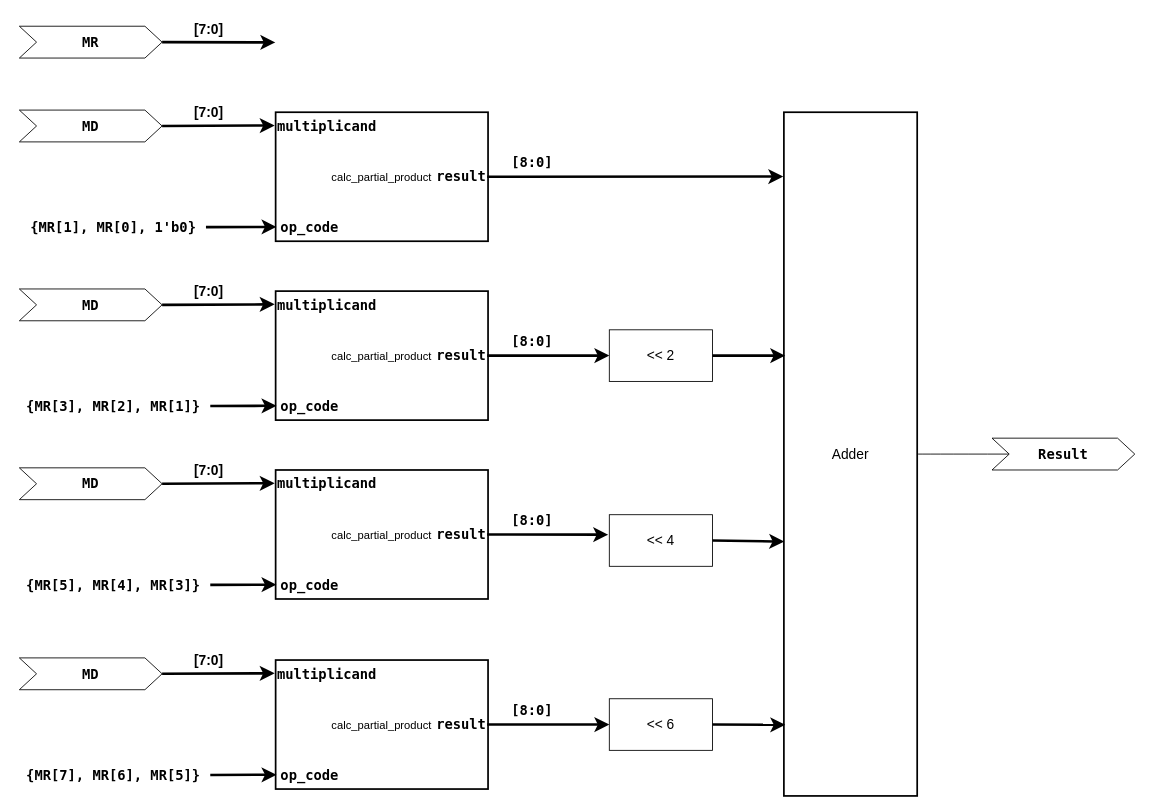
Before: page "Booth" (3 of 3) of diagrams/Top Level/modem_V2.drawio in OmarAmer01/DCSK, a draw.io diagram. Source tidied: cells renumbered, new cells numbered last; positions are measured from the earlier drawing's top-left corner, leaving out a move shared by most shapes. Both pictures are drawn from the tidied source at 86%, with x=0, y=0 at pixel (15, 15).
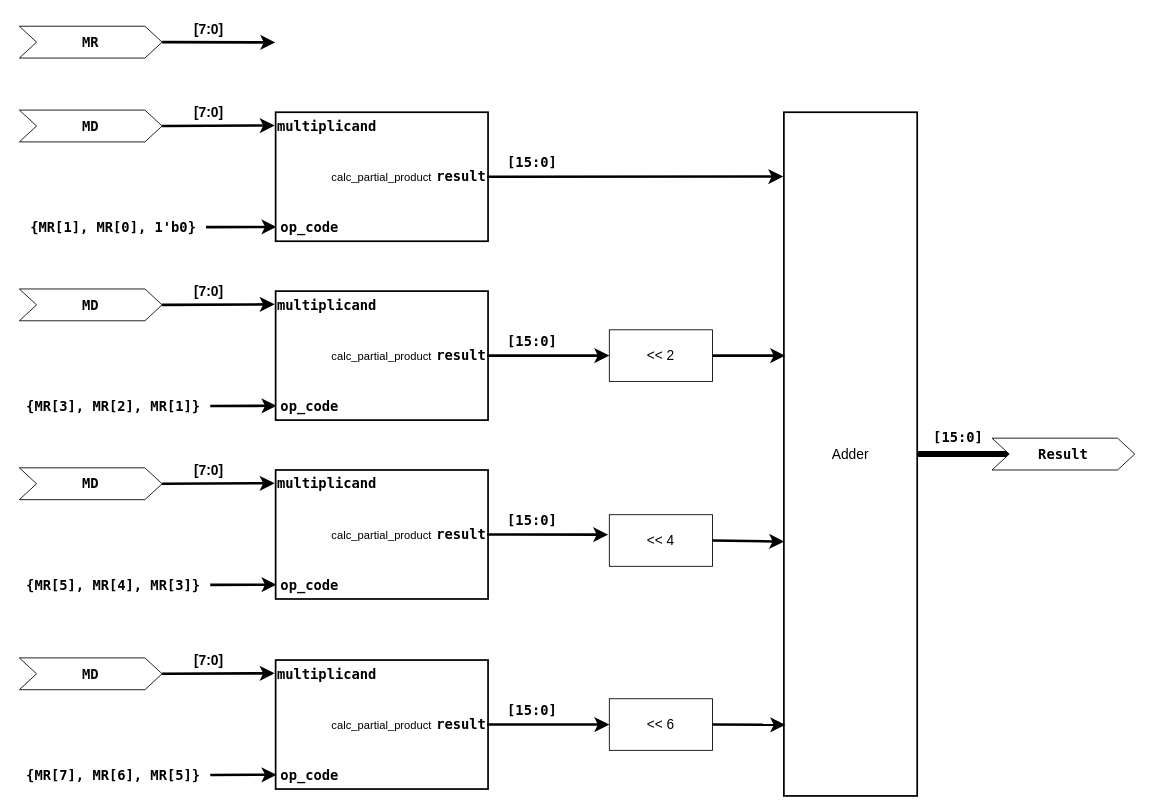
Above is the later version.

Unchanged cells that the change refers to:
```xml
<mxCell id="48" value="Adder" style="rounded=0;whiteSpace=wrap;html=1;fontSize=16;strokeWidth=2;" parent="1" vertex="1">
  <mxGeometry x="894" y="113" width="155" height="795" as="geometry" />
</mxCell>
<mxCell id="57" value="&lt;div style=&quot;text-align: left;&quot;&gt;&lt;span style=&quot;background-color: initial;&quot;&gt;&lt;font face=&quot;Lucida Console&quot;&gt;&lt;b&gt;Result&lt;/b&gt;&lt;/font&gt;&lt;/span&gt;&lt;/div&gt;" style="shape=step;perimeter=stepPerimeter;whiteSpace=wrap;html=1;fixedSize=1;fontSize=16;" parent="1" vertex="1">
  <mxGeometry x="1136" y="492" width="166" height="37" as="geometry" />
</mxCell>
```

Change to the diagram source:
```diff
@@
-    <mxCell id="14" value="&lt;b&gt;&lt;font face=&quot;Lucida Console&quot;&gt;[8:0]&lt;/font&gt;&lt;/b&gt;" style="text;html=1;align=center;verticalAlign=middle;strokeColor=none;fillColor=none;fontSize=16;" parent="1" vertex="1">
-      <mxGeometry x="567" y="155" width="68" height="32" as="geometry" />
+    <mxCell id="14" value="&lt;b&gt;&lt;font face=&quot;Lucida Console&quot;&gt;[15:0]&lt;/font&gt;&lt;/b&gt;" style="text;html=1;align=center;verticalAlign=middle;strokeColor=none;fillColor=none;fontSize=16;" parent="1" vertex="1">
+      <mxGeometry x="562" y="155" width="78" height="32" as="geometry" />
     </mxCell>
@@
-    <mxCell id="25" value="&lt;b style=&quot;border-color: var(--border-color);&quot;&gt;&lt;font style=&quot;border-color: var(--border-color);&quot; face=&quot;Lucida Console&quot;&gt;[8:0]&lt;/font&gt;&lt;/b&gt;" style="text;html=1;align=center;verticalAlign=middle;strokeColor=none;fillColor=none;fontSize=16;" parent="1" vertex="1">
-      <mxGeometry x="567" y="363" width="68" height="32" as="geometry" />
+    <mxCell id="25" value="&lt;b style=&quot;border-color: var(--border-color);&quot;&gt;&lt;font style=&quot;border-color: var(--border-color);&quot; face=&quot;Lucida Console&quot;&gt;[15:0]&lt;/font&gt;&lt;/b&gt;" style="text;html=1;align=center;verticalAlign=middle;strokeColor=none;fillColor=none;fontSize=16;" parent="1" vertex="1">
+      <mxGeometry x="562" y="363" width="78" height="32" as="geometry" />
     </mxCell>
@@
-    <mxCell id="35" value="&lt;b style=&quot;border-color: var(--border-color);&quot;&gt;&lt;font style=&quot;border-color: var(--border-color);&quot; face=&quot;Lucida Console&quot;&gt;[8:0]&lt;/font&gt;&lt;/b&gt;" style="text;html=1;align=center;verticalAlign=middle;strokeColor=none;fillColor=none;fontSize=16;" parent="1" vertex="1">
-      <mxGeometry x="567" y="571" width="68" height="32" as="geometry" />
+    <mxCell id="35" value="&lt;b style=&quot;border-color: var(--border-color);&quot;&gt;&lt;font style=&quot;border-color: var(--border-color);&quot; face=&quot;Lucida Console&quot;&gt;[15:0]&lt;/font&gt;&lt;/b&gt;" style="text;html=1;align=center;verticalAlign=middle;strokeColor=none;fillColor=none;fontSize=16;" parent="1" vertex="1">
+      <mxGeometry x="562" y="571" width="78" height="32" as="geometry" />
     </mxCell>
@@
-    <mxCell id="46" value="&lt;b style=&quot;border-color: var(--border-color);&quot;&gt;&lt;font style=&quot;border-color: var(--border-color);&quot; face=&quot;Lucida Console&quot;&gt;[8:0]&lt;/font&gt;&lt;/b&gt;" style="text;html=1;align=center;verticalAlign=middle;strokeColor=none;fillColor=none;fontSize=16;" parent="1" vertex="1">
-      <mxGeometry x="567" y="792" width="68" height="32" as="geometry" />
+    <mxCell id="46" value="&lt;b style=&quot;border-color: var(--border-color);&quot;&gt;&lt;font style=&quot;border-color: var(--border-color);&quot; face=&quot;Lucida Console&quot;&gt;[15:0]&lt;/font&gt;&lt;/b&gt;" style="text;html=1;align=center;verticalAlign=middle;strokeColor=none;fillColor=none;fontSize=16;" parent="1" vertex="1">
+      <mxGeometry x="562" y="792" width="78" height="32" as="geometry" />
     </mxCell>
-    <mxCell id="47" style="edgeStyle=none;curved=1;rounded=0;jettySize=auto;html=1;entryX=0;entryY=0.5;entryDx=0;entryDy=0;fontSize=12;startSize=8;endSize=8;endArrow=none;endFill=0;" parent="1" edge="1" source="48" target="57">
+    <mxCell id="47" style="edgeStyle=none;curved=1;rounded=0;jettySize=auto;html=1;entryX=0;entryY=0.5;entryDx=0;entryDy=0;fontSize=12;startSize=8;endSize=8;endArrow=none;endFill=0;strokeWidth=7;" parent="1" edge="1" source="48" target="57">
       <mxGeometry relative="1" as="geometry" />
     </mxCell>
@@
+    <mxCell id="58" value="&lt;b style=&quot;border-color: var(--border-color); color: rgb(0, 0, 0); font-family: Helvetica; font-size: 16px; font-style: normal; font-variant-ligatures: normal; font-variant-caps: normal; letter-spacing: normal; orphans: 2; text-align: center; text-indent: 0px; text-transform: none; widows: 2; word-spacing: 0px; -webkit-text-stroke-width: 0px; background-color: rgb(255, 255, 255); text-decoration-thickness: initial; text-decoration-style: initial; text-decoration-color: initial;&quot;&gt;&lt;font face=&quot;Lucida Console&quot; style=&quot;border-color: var(--border-color);&quot;&gt;[15:0]&lt;/font&gt;&lt;/b&gt;" style="text;whiteSpace=wrap;html=1;fontSize=16;" parent="1" vertex="1">
+      <mxGeometry x="1066" y="475" width="88" height="42" as="geometry" />
+    </mxCell>
```
